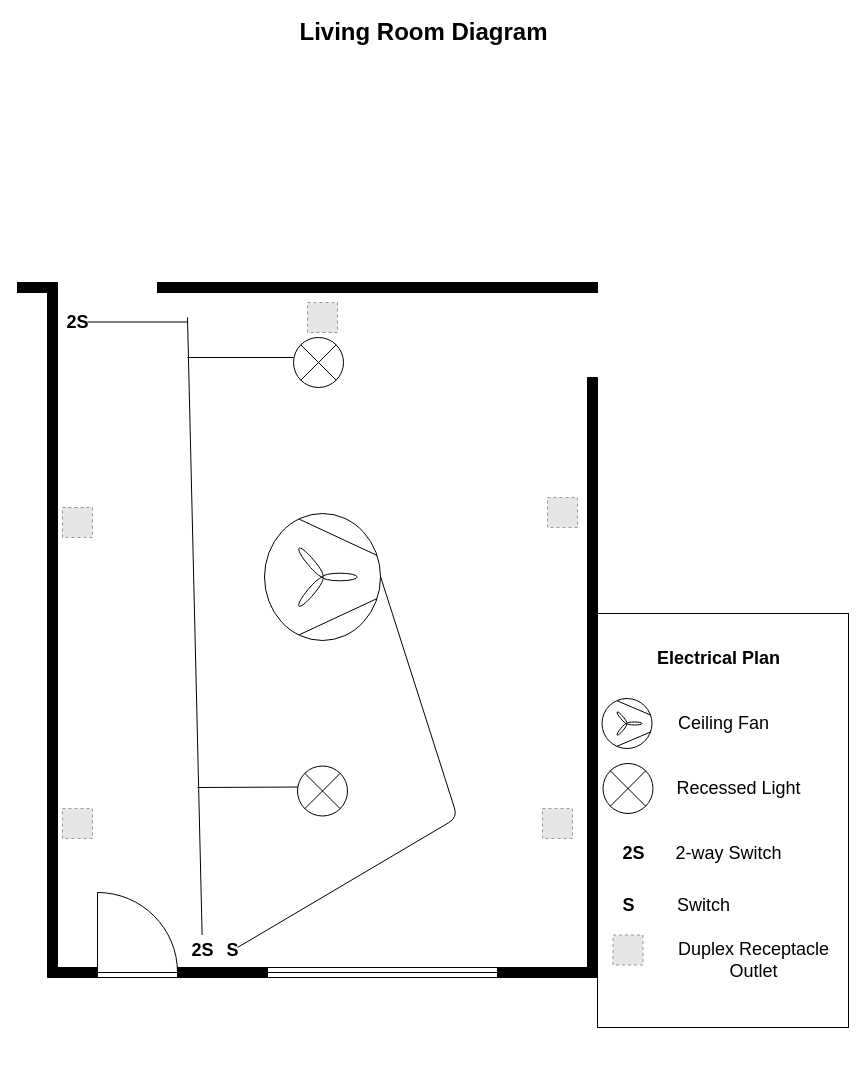
The draw.io diagram FL_LIVINGROOM.drawio in thyngontran/test, before the edit. Source tidied: cells renumbered, new cells numbered last; positions are measured from the earlier drawing's top-left corner, leaving out a move shared by most shapes. Both pictures are drawn from the tidied source at 100%, with x=0, y=0 at pixel (17, 17). Pictures stored in the file or linked from it are replaced by grey dashed boxes.
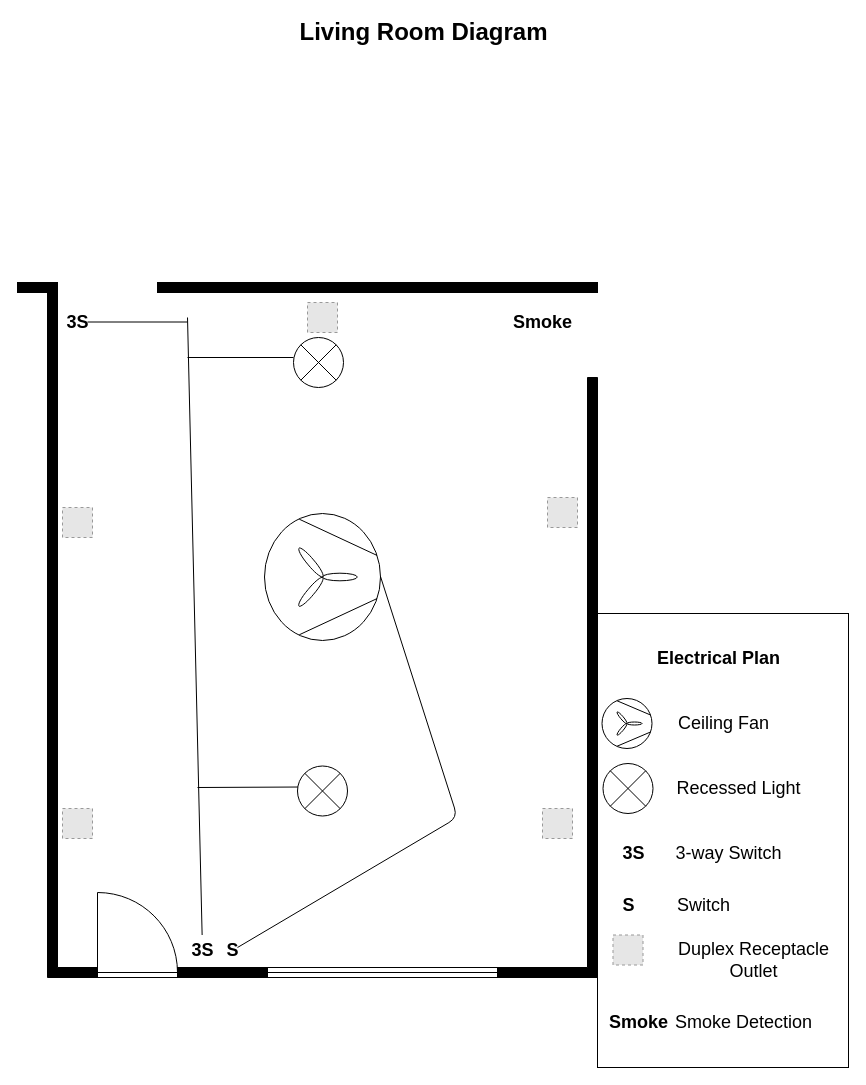
The same diagram, later.

Diff of the diagram source:
```diff
@@
     <mxCell id="2" style="whiteSpace=wrap;html=1;fontSize=15;" parent="1" vertex="1">
-      <mxGeometry x="580" y="596" width="251" height="414" as="geometry" />
+      <mxGeometry x="580" y="596" width="251" height="454" as="geometry" />
     </mxCell>
@@
-    <mxCell id="16" value="&lt;span style=&quot;font-size: 18px&quot;&gt;&lt;font style=&quot;font-size: 18px&quot;&gt;2-way Switch&lt;br style=&quot;font-size: 18px&quot;&gt;&lt;/font&gt;&lt;/span&gt;" style="text;html=1;align=center;verticalAlign=middle;fillColor=none;strokeColor=none;rounded=0;fontSize=18;fontStyle=0;" parent="1" vertex="1">
+    <mxCell id="16" value="&lt;span style=&quot;font-size: 18px&quot;&gt;&lt;font style=&quot;font-size: 18px&quot;&gt;3-way Switch&lt;br style=&quot;font-size: 18px&quot;&gt;&lt;/font&gt;&lt;/span&gt;" style="text;html=1;align=center;verticalAlign=middle;fillColor=none;strokeColor=none;rounded=0;fontSize=18;fontStyle=0;" parent="1" vertex="1">
       <mxGeometry x="650.5" y="821" width="120" height="30" as="geometry" />
     </mxCell>
@@
-    <mxCell id="21" value="&lt;span style=&quot;font-size: 18px&quot;&gt;&lt;font style=&quot;font-size: 18px&quot;&gt;&lt;b&gt;2S&lt;/b&gt;&lt;br style=&quot;font-size: 18px&quot;&gt;&lt;/font&gt;&lt;/span&gt;" style="text;html=1;align=center;verticalAlign=middle;fillColor=none;strokeColor=none;rounded=0;fontSize=18;fontStyle=0;" parent="1" vertex="1">
+    <mxCell id="21" value="&lt;span style=&quot;font-size: 18px&quot;&gt;&lt;font style=&quot;font-size: 18px&quot;&gt;&lt;b&gt;3S&lt;/b&gt;&lt;br style=&quot;font-size: 18px&quot;&gt;&lt;/font&gt;&lt;/span&gt;" style="text;html=1;align=center;verticalAlign=middle;fillColor=none;strokeColor=none;rounded=0;fontSize=18;fontStyle=0;" parent="1" vertex="1">
       <mxGeometry x="40" y="290" width="40" height="30" as="geometry" />
     </mxCell>
@@
-    <mxCell id="27" value="&lt;span style=&quot;font-size: 18px&quot;&gt;&lt;font style=&quot;font-size: 18px&quot;&gt;&lt;b&gt;2S&lt;/b&gt;&lt;br style=&quot;font-size: 18px&quot;&gt;&lt;/font&gt;&lt;/span&gt;" style="text;html=1;align=center;verticalAlign=middle;fillColor=none;strokeColor=none;rounded=0;fontSize=18;fontStyle=0;" parent="1" vertex="1">
+    <mxCell id="27" value="&lt;span style=&quot;font-size: 18px&quot;&gt;&lt;font style=&quot;font-size: 18px&quot;&gt;&lt;b&gt;3S&lt;/b&gt;&lt;br style=&quot;font-size: 18px&quot;&gt;&lt;/font&gt;&lt;/span&gt;" style="text;html=1;align=center;verticalAlign=middle;fillColor=none;strokeColor=none;rounded=0;fontSize=18;fontStyle=0;" parent="1" vertex="1">
       <mxGeometry x="595.5" y="821" width="40" height="30" as="geometry" />
     </mxCell>
-    <mxCell id="28" value="&lt;span style=&quot;font-size: 18px&quot;&gt;&lt;font style=&quot;font-size: 18px&quot;&gt;&lt;b&gt;2S&lt;/b&gt;&lt;br style=&quot;font-size: 18px&quot;&gt;&lt;/font&gt;&lt;/span&gt;" style="text;html=1;align=center;verticalAlign=middle;points=[];fillColor=none;strokeColor=none;rounded=0;fontSize=18;fontStyle=0;" parent="1" vertex="1">
+    <mxCell id="28" value="&lt;span style=&quot;font-size: 18px&quot;&gt;&lt;font style=&quot;font-size: 18px&quot;&gt;&lt;b&gt;3S&lt;/b&gt;&lt;br style=&quot;font-size: 18px&quot;&gt;&lt;/font&gt;&lt;/span&gt;" style="text;html=1;align=center;verticalAlign=middle;points=[];fillColor=none;strokeColor=none;rounded=0;fontSize=18;fontStyle=0;" parent="1" vertex="1">
       <mxGeometry x="165" y="917.5" width="40" height="30" as="geometry" />
     </mxCell>
@@
+    <mxCell id="38" value="&lt;span style=&quot;font-size: 18px&quot;&gt;&lt;font style=&quot;font-size: 18px&quot;&gt;Smoke Detection&lt;br style=&quot;font-size: 18px&quot;&gt;&lt;/font&gt;&lt;/span&gt;" style="text;html=1;align=center;verticalAlign=middle;fillColor=none;strokeColor=none;rounded=0;fontSize=18;fontStyle=0;" parent="1" vertex="1">
+      <mxGeometry x="650.5" y="990" width="150" height="30" as="geometry" />
+    </mxCell>
+    <mxCell id="39" value="&lt;span style=&quot;font-size: 18px&quot;&gt;&lt;font style=&quot;font-size: 18px&quot;&gt;&lt;b&gt;Smoke&lt;/b&gt;&lt;br style=&quot;font-size: 18px&quot;&gt;&lt;/font&gt;&lt;/span&gt;" style="text;html=1;align=center;verticalAlign=middle;fillColor=none;strokeColor=none;rounded=0;fontSize=18;fontStyle=0;" parent="1" vertex="1">
+      <mxGeometry x="585.5" y="990" width="70" height="30" as="geometry" />
+    </mxCell>
+    <mxCell id="40" value="&lt;span style=&quot;font-size: 18px&quot;&gt;&lt;font style=&quot;font-size: 18px&quot;&gt;&lt;b&gt;Smoke&lt;/b&gt;&lt;br style=&quot;font-size: 18px&quot;&gt;&lt;/font&gt;&lt;/span&gt;" style="text;html=1;align=center;verticalAlign=middle;fillColor=none;strokeColor=none;rounded=0;fontSize=18;fontStyle=0;" parent="1" vertex="1">
+      <mxGeometry x="490" y="290" width="70" height="30" as="geometry" />
+    </mxCell>
```
